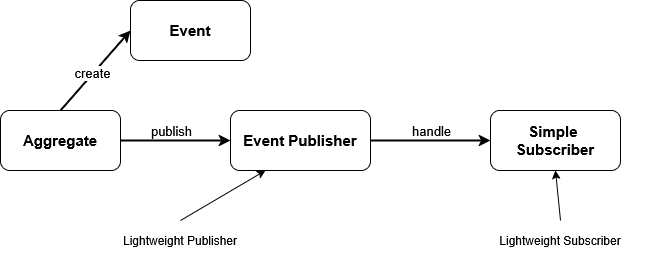
gmunumel/personal-blog keeps this draw.io diagram as public/handle-multiple-bounded-contexts/domain_events.png. Above is the earlier version. Source tidied: cells renumbered, new cells last; positions are measured from the earlier drawing's top-left corner, leaving out a move shared by most shapes.
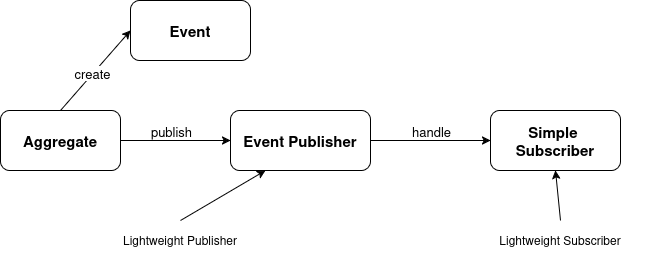
Later version of the same file.

Diff of the diagram source:
```diff
@@ -8,7 +8,7 @@
     <mxCell id="3" value="Event" style="rounded=1;whiteSpace=wrap;html=1;fontSize=15;fontStyle=1;" parent="1" vertex="1">
       <mxGeometry x="130" width="120" height="60" as="geometry" />
     </mxCell>
-    <mxCell id="4" style="endArrow=classic;html=1;rounded=0;entryX=0;entryY=0.5;entryDx=0;entryDy=0;exitX=0.5;exitY=0;exitDx=0;exitDy=0;strokeWidth=2;fontSize=13;" parent="1" edge="1" source="2" target="3">
+    <mxCell id="4" style="endArrow=classic;html=1;rounded=0;entryX=0;entryY=0.5;entryDx=0;entryDy=0;exitX=0.5;exitY=0;exitDx=0;exitDy=0;strokeWidth=1;fontSize=13;" parent="1" edge="1" source="2" target="3">
       <mxGeometry relative="1" as="geometry" />
     </mxCell>
     <mxCell id="5" value="&lt;font style=&quot;font-size: 13px;&quot;&gt;create&lt;/font&gt;" style="edgeLabel;html=1;align=center;verticalAlign=middle;" parent="4" vertex="1">
@@ -22,7 +22,7 @@
     <mxCell id="7" value="&lt;div&gt;Simple&amp;nbsp;&lt;/div&gt;&lt;div&gt;Subscriber&lt;/div&gt;" style="rounded=1;whiteSpace=wrap;html=1;fontSize=15;fontStyle=1;" parent="1" vertex="1">
       <mxGeometry x="490" y="110" width="130" height="60" as="geometry" />
     </mxCell>
-    <mxCell id="8" style="endArrow=classic;html=1;rounded=0;exitX=1;exitY=0.5;exitDx=0;exitDy=0;entryX=0;entryY=0.5;entryDx=0;entryDy=0;strokeWidth=2;" parent="1" edge="1" source="6" target="7">
+    <mxCell id="8" style="endArrow=classic;html=1;rounded=0;exitX=1;exitY=0.5;exitDx=0;exitDy=0;entryX=0;entryY=0.5;entryDx=0;entryDy=0;strokeWidth=1;" parent="1" edge="1" source="6" target="7">
       <mxGeometry relative="1" as="geometry" />
     </mxCell>
     <mxCell id="9" value="&lt;font style=&quot;font-size: 13px;&quot;&gt;handle&lt;/font&gt;" style="edgeLabel;html=1;align=center;verticalAlign=middle;" parent="8" vertex="1">
@@ -30,7 +30,7 @@
         <mxPoint x="8" y="-8" as="offset" />
       </mxGeometry>
     </mxCell>
-    <mxCell id="10" style="endArrow=classic;html=1;rounded=0;exitX=1;exitY=0.5;exitDx=0;exitDy=0;entryX=0;entryY=0.5;entryDx=0;entryDy=0;strokeWidth=2;" parent="1" edge="1" source="2" target="6">
+    <mxCell id="10" style="endArrow=classic;html=1;rounded=0;exitX=1;exitY=0.5;exitDx=0;exitDy=0;entryX=0;entryY=0.5;entryDx=0;entryDy=0;strokeWidth=1;" parent="1" edge="1" source="2" target="6">
       <mxGeometry relative="1" as="geometry" />
     </mxCell>
     <mxCell id="11" value="&lt;font style=&quot;font-size: 13px;&quot;&gt;publish&lt;/font&gt;" style="edgeLabel;html=1;align=center;verticalAlign=middle;" parent="10" vertex="1">
```
